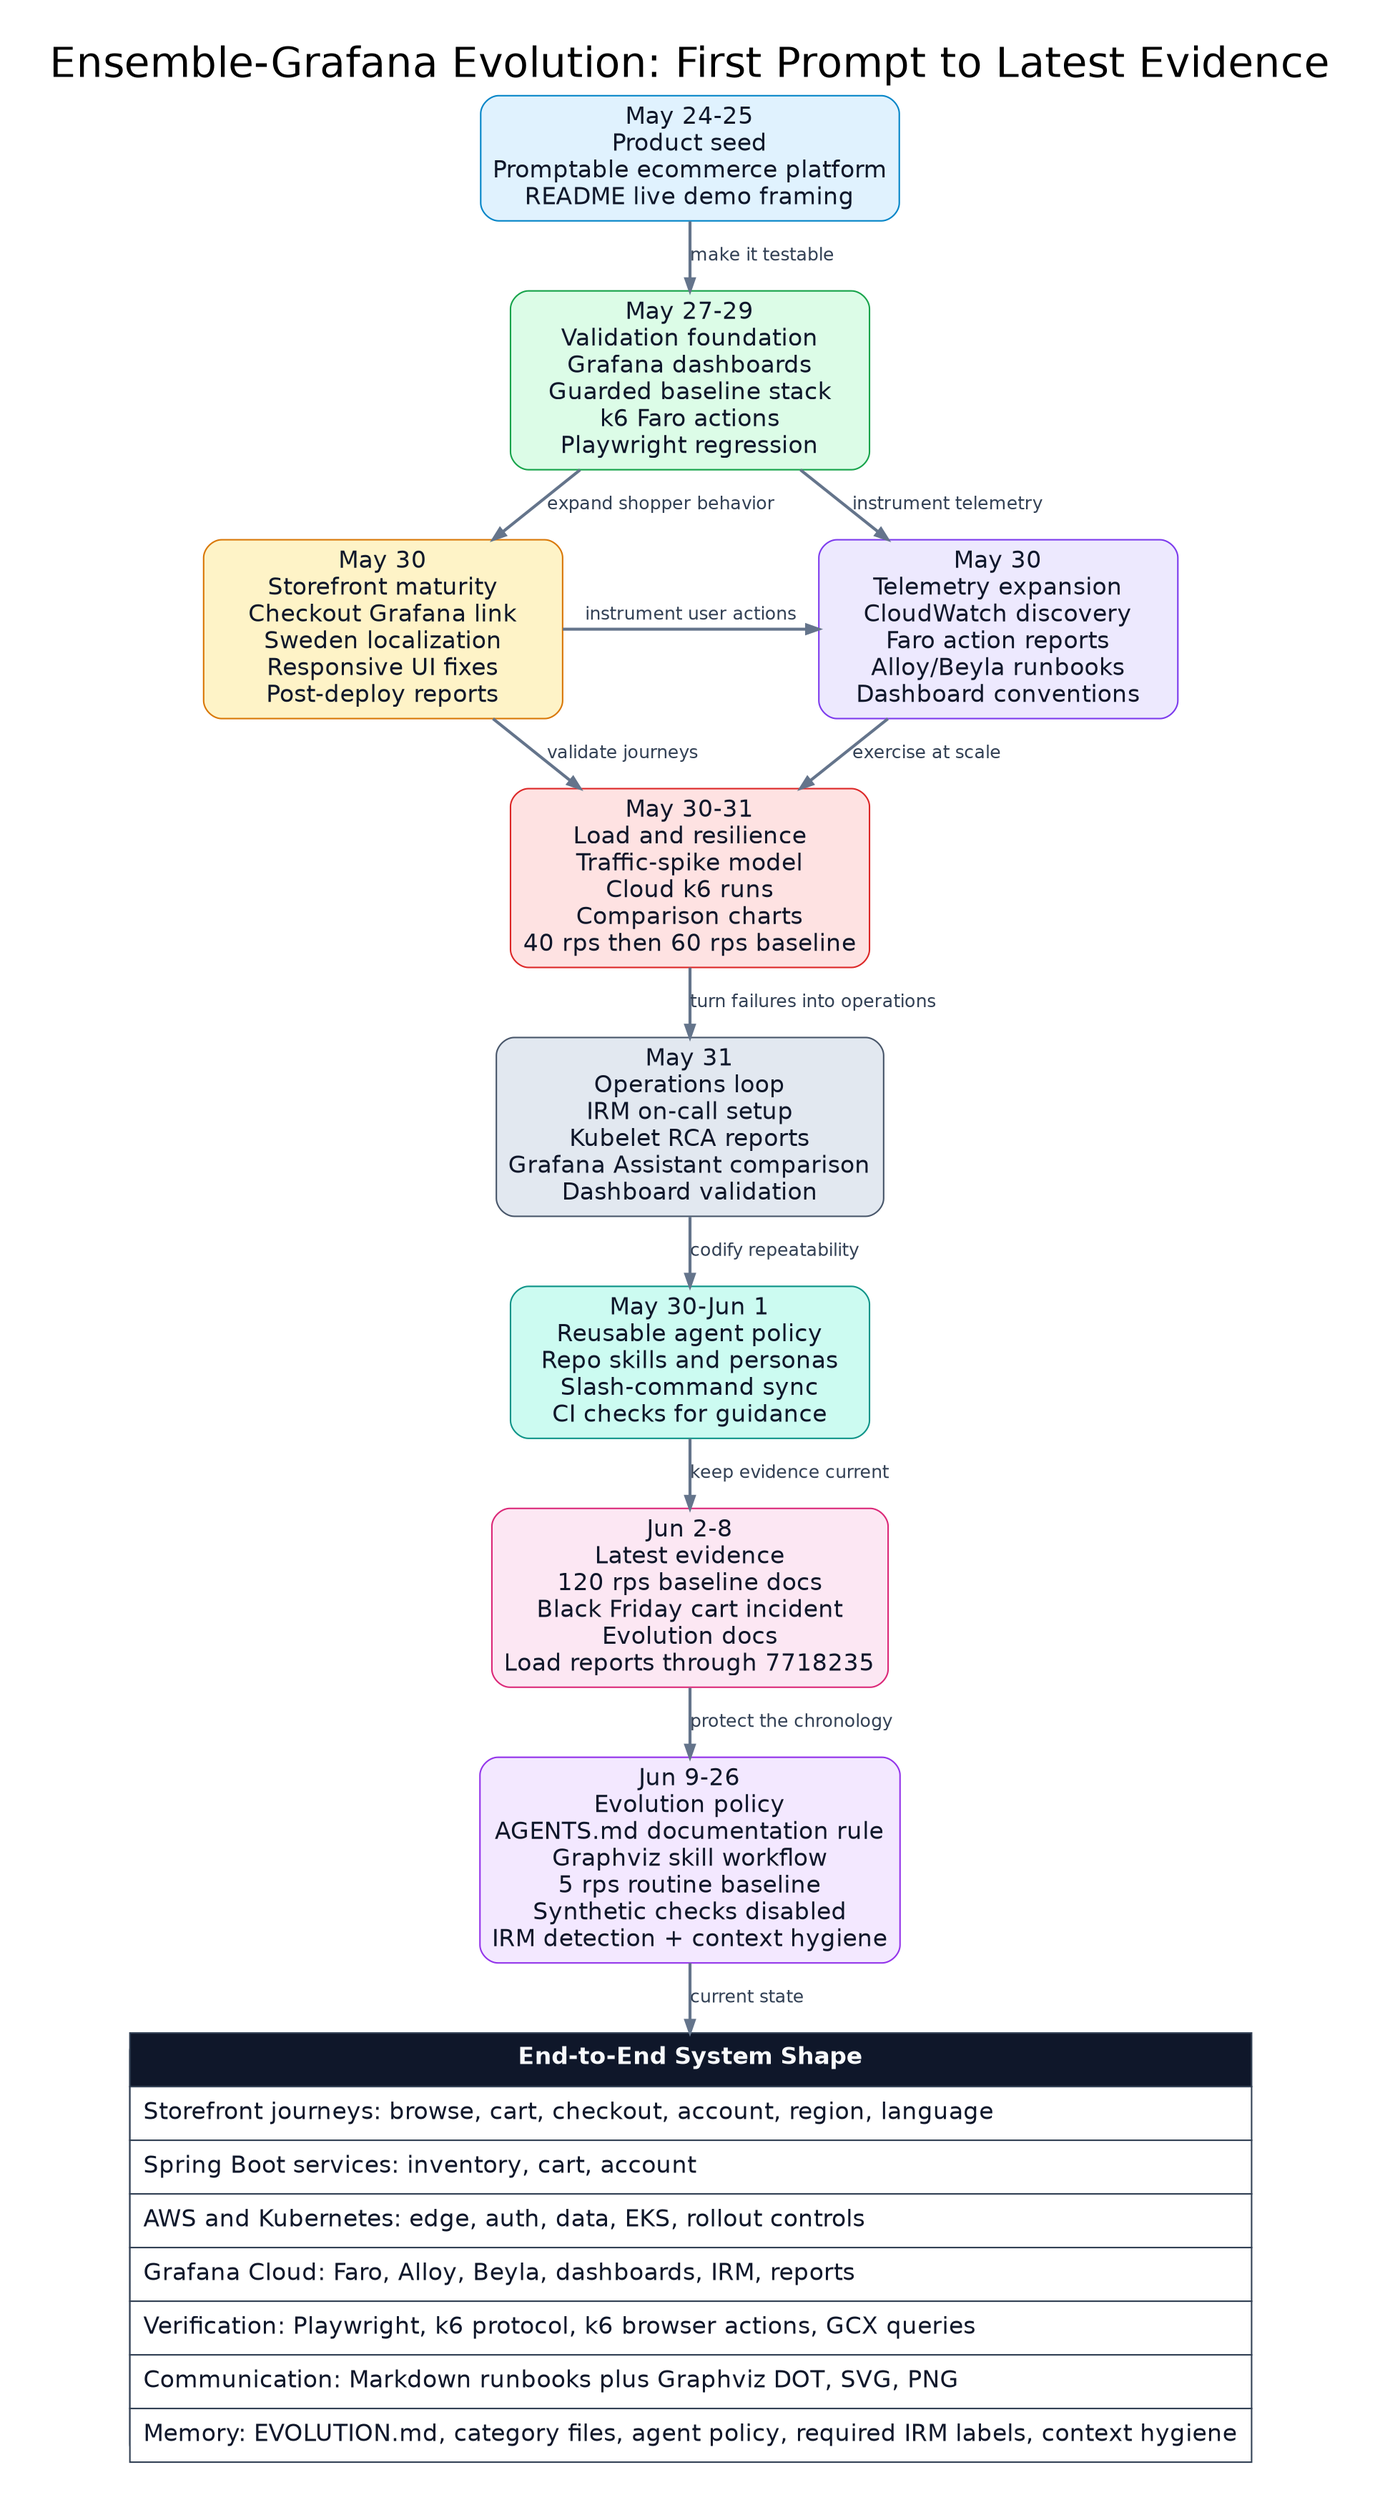
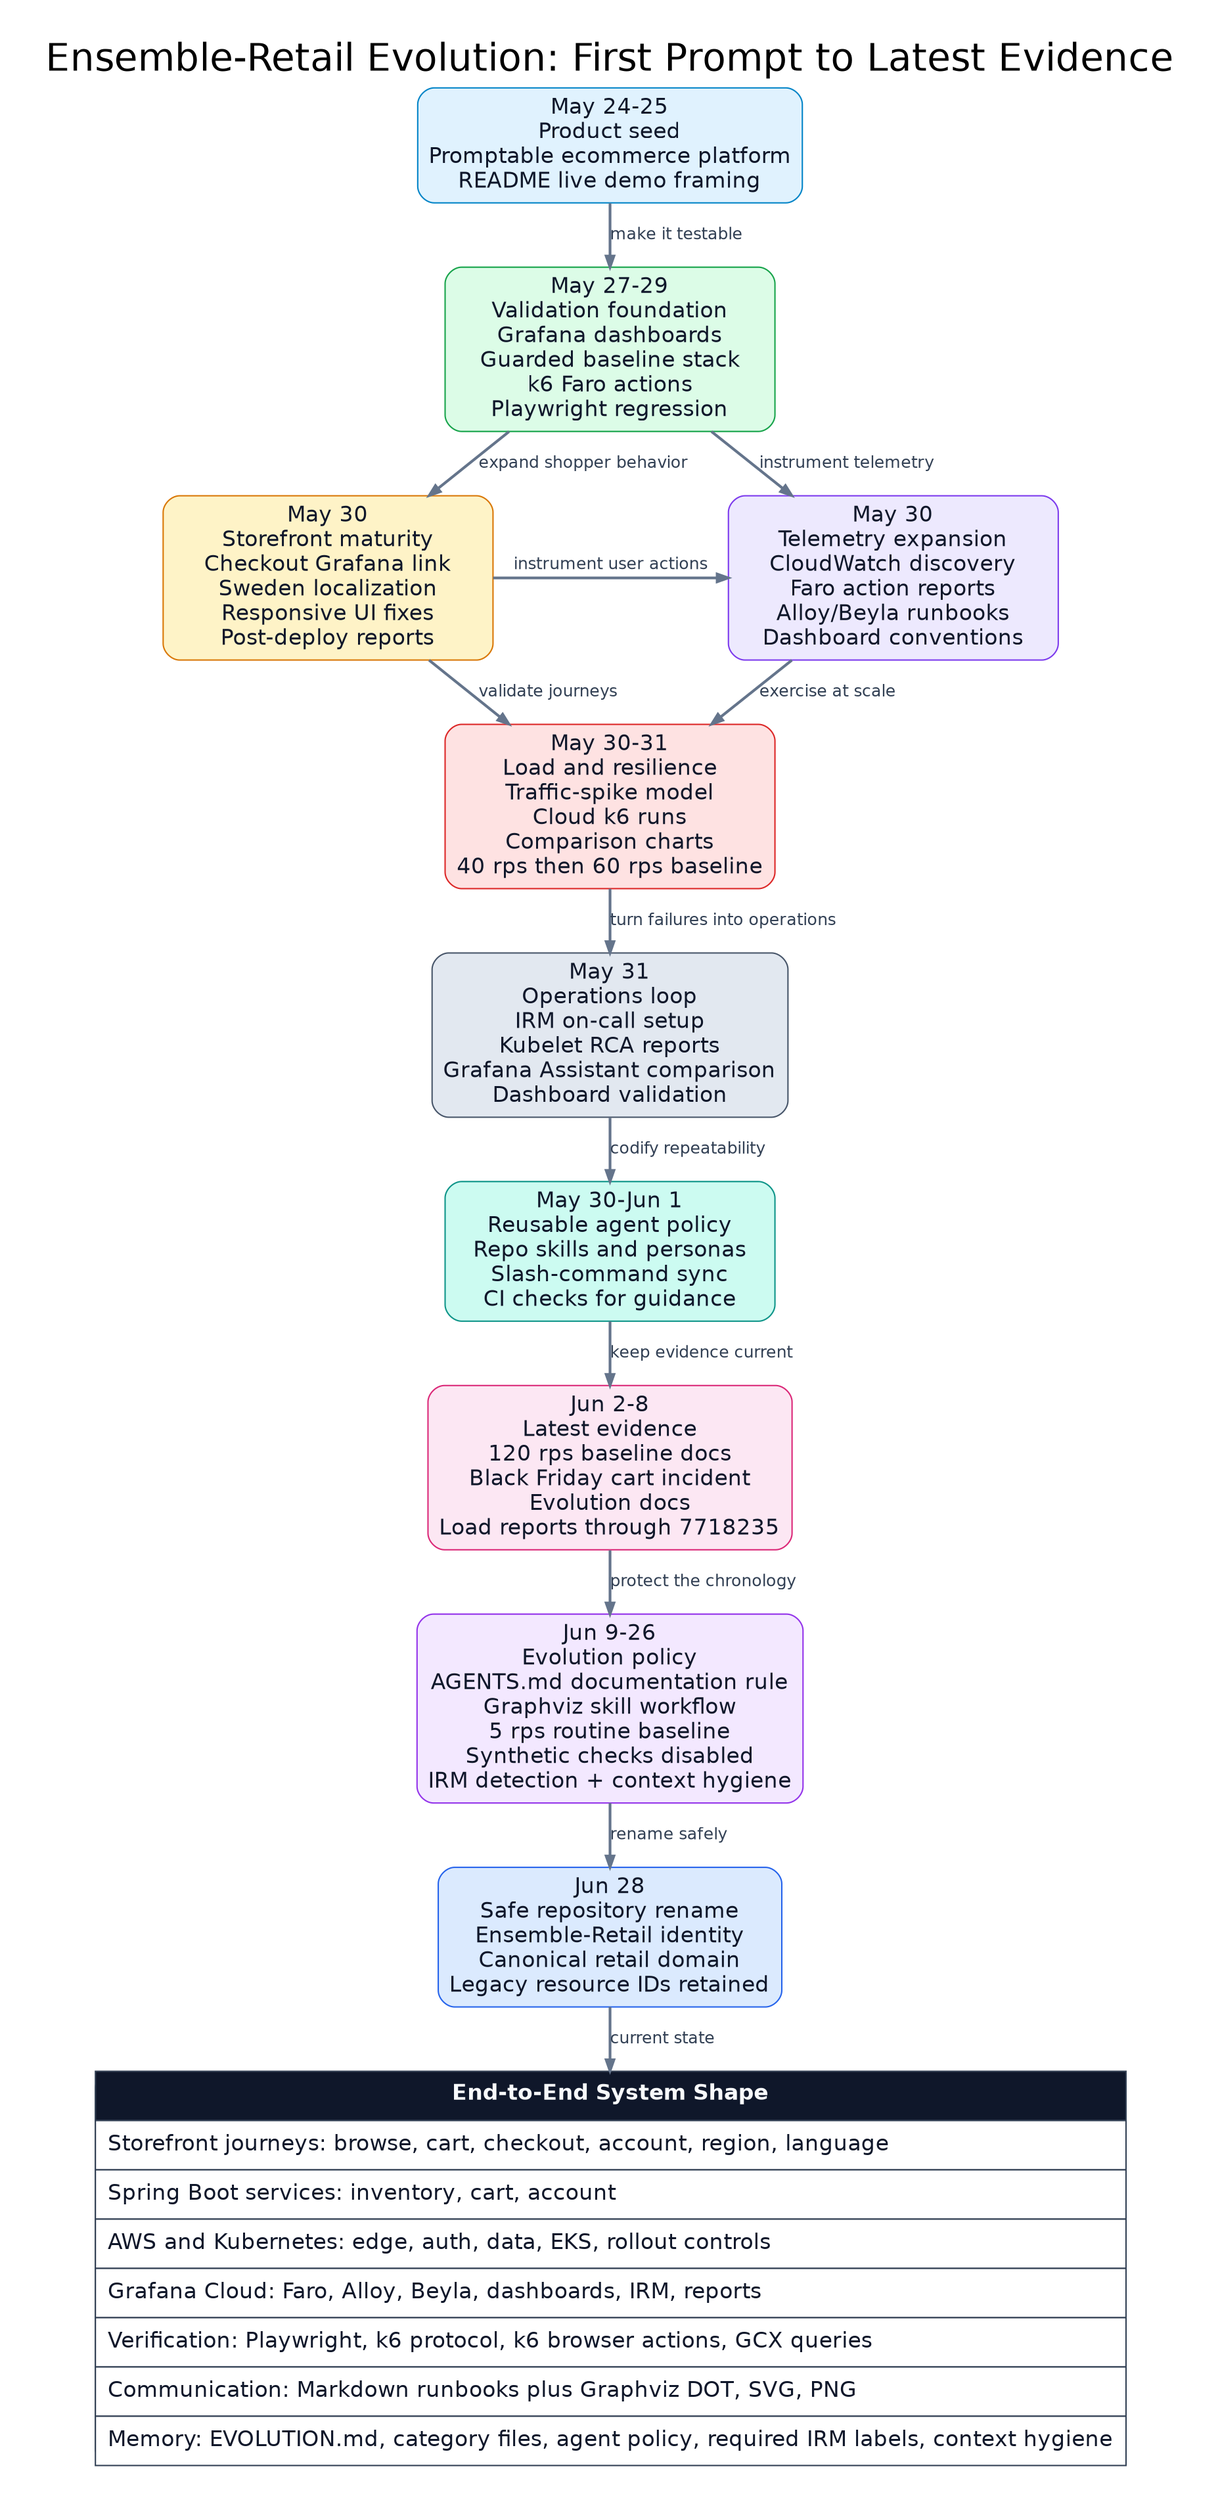
digraph ensemble_evolution_timeline {
  graph [
    rankdir=TB,
    bgcolor="#ffffff",
    pad="0.35",
    nodesep="0.42",
    ranksep="0.46",
    fontname="Helvetica",
    fontsize=28,
    labelloc="t",
-     label="Ensemble-Grafana Evolution: First Prompt to Latest Evidence"
+     label="Ensemble-Retail Evolution: First Prompt to Latest Evidence"
  ];

  node [
    shape=box,
    style="rounded,filled",
    fontname="Helvetica",
    fontsize=16,
    margin="0.11,0.08",
    width=3.35,
    color="#334155",
    fontcolor="#0f172a"
  ];

  edge [
    color="#64748b",
    arrowsize=0.8,
    penwidth=2,
    fontname="Helvetica",
    fontsize=12,
    fontcolor="#334155"
  ];

  seed [
    label="May 24-25\nProduct seed\nPromptable ecommerce platform\nREADME live demo framing",
    fillcolor="#e0f2fe",
    color="#0284c7"
  ];

  validate [
    label="May 27-29\nValidation foundation\nGrafana dashboards\nGuarded baseline stack\nk6 Faro actions\nPlaywright regression",
    fillcolor="#dcfce7",
    color="#16a34a"
  ];

  app [
    label="May 30\nStorefront maturity\nCheckout Grafana link\nSweden localization\nResponsive UI fixes\nPost-deploy reports",
    fillcolor="#fef3c7",
    color="#d97706"
  ];

  obs [
    label="May 30\nTelemetry expansion\nCloudWatch discovery\nFaro action reports\nAlloy/Beyla runbooks\nDashboard conventions",
    fillcolor="#ede9fe",
    color="#7c3aed"
  ];

  load [
    label="May 30-31\nLoad and resilience\nTraffic-spike model\nCloud k6 runs\nComparison charts\n40 rps then 60 rps baseline",
    fillcolor="#fee2e2",
    color="#dc2626"
  ];

  ops [
    label="May 31\nOperations loop\nIRM on-call setup\nKubelet RCA reports\nGrafana Assistant comparison\nDashboard validation",
    fillcolor="#e2e8f0",
    color="#475569"
  ];

  skills [
    label="May 30-Jun 1\nReusable agent policy\nRepo skills and personas\nSlash-command sync\nCI checks for guidance",
    fillcolor="#ccfbf1",
    color="#0d9488"
  ];

  latest [
    label="Jun 2-8\nLatest evidence\n120 rps baseline docs\nBlack Friday cart incident\nEvolution docs\nLoad reports through 7718235",
    fillcolor="#fce7f3",
    color="#db2777"
  ];

  policy [
    label="Jun 9-26\nEvolution policy\nAGENTS.md documentation rule\nGraphviz skill workflow\n5 rps routine baseline\nSynthetic checks disabled\nIRM detection + context hygiene",
    fillcolor="#f3e8ff",
    color="#9333ea"
  ];

+   rename [
+     label="Jun 28\nSafe repository rename\nEnsemble-Retail identity\nCanonical retail domain\nLegacy resource IDs retained",
+     fillcolor="#dbeafe",
+     color="#2563eb"
+   ];
+ 
  end_to_end [
    label=<
      <TABLE BORDER="0" CELLBORDER="1" CELLSPACING="0" CELLPADDING="8" COLOR="#334155">
        <TR><TD BGCOLOR="#0f172a"><FONT COLOR="#f8fafc"><B>End-to-End System Shape</B></FONT></TD></TR>
        <TR><TD BGCOLOR="#ffffff" ALIGN="LEFT"><FONT COLOR="#0f172a">Storefront journeys: browse, cart, checkout, account, region, language</FONT></TD></TR>
        <TR><TD BGCOLOR="#ffffff" ALIGN="LEFT"><FONT COLOR="#0f172a">Spring Boot services: inventory, cart, account</FONT></TD></TR>
        <TR><TD BGCOLOR="#ffffff" ALIGN="LEFT"><FONT COLOR="#0f172a">AWS and Kubernetes: edge, auth, data, EKS, rollout controls</FONT></TD></TR>
        <TR><TD BGCOLOR="#ffffff" ALIGN="LEFT"><FONT COLOR="#0f172a">Grafana Cloud: Faro, Alloy, Beyla, dashboards, IRM, reports</FONT></TD></TR>
        <TR><TD BGCOLOR="#ffffff" ALIGN="LEFT"><FONT COLOR="#0f172a">Verification: Playwright, k6 protocol, k6 browser actions, GCX queries</FONT></TD></TR>
        <TR><TD BGCOLOR="#ffffff" ALIGN="LEFT"><FONT COLOR="#0f172a">Communication: Markdown runbooks plus Graphviz DOT, SVG, PNG</FONT></TD></TR>
        <TR><TD BGCOLOR="#ffffff" ALIGN="LEFT"><FONT COLOR="#0f172a">Memory: EVOLUTION.md, category files, agent policy, required IRM labels, context hygiene</FONT></TD></TR>
      </TABLE>
    >,
    shape=plain,
    margin=0
  ];

  seed -> validate [label="make it testable"];
  validate -> app [label="expand shopper behavior"];
  validate -> obs [label="instrument telemetry"];
  app -> obs [label="instrument user actions"];
  obs -> load [label="exercise at scale"];
  app -> load [label="validate journeys"];
  load -> ops [label="turn failures into operations"];
  ops -> skills [label="codify repeatability"];
  skills -> latest [label="keep evidence current"];
  latest -> policy [label="protect the chronology"];
-   policy -> end_to_end [label="current state"];
+   policy -> rename [label="rename safely"];
+   rename -> end_to_end [label="current state"];

  {
    rank=same;
    app;
    obs;
  }

  {
    rank=sink;
    end_to_end;
  }
}
